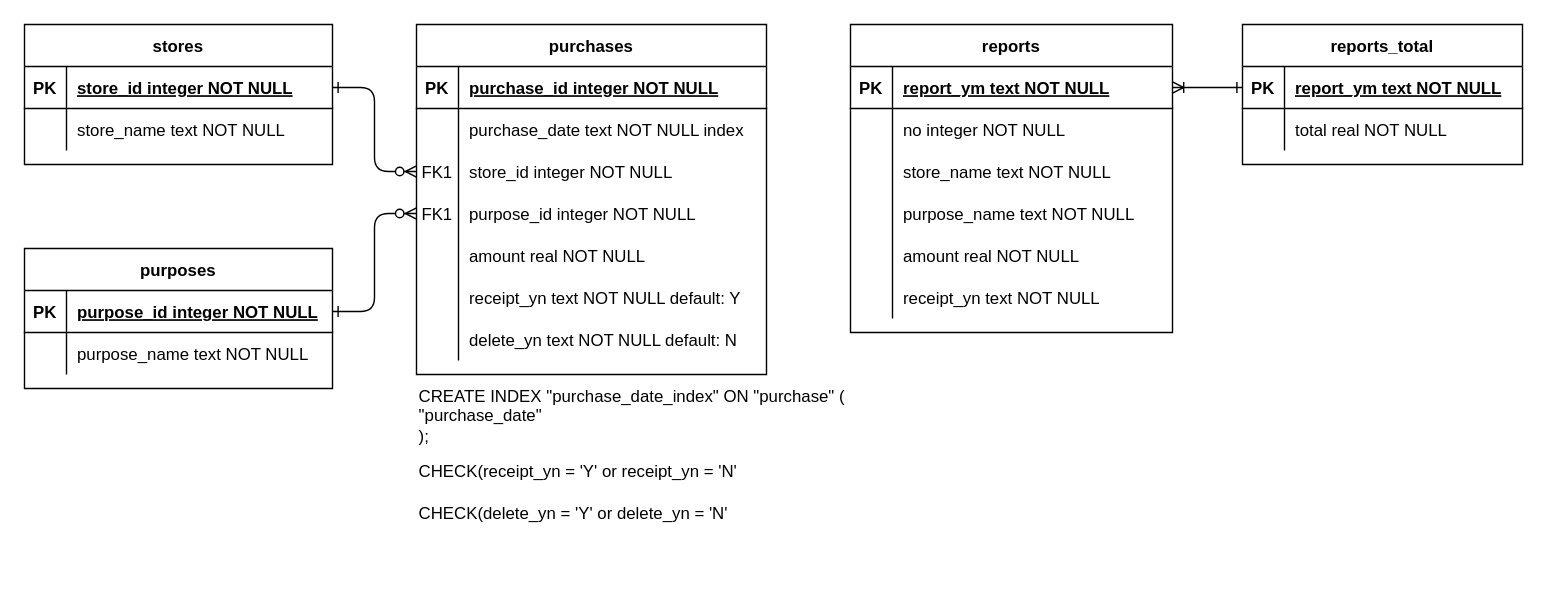
NeoLee-0435748/INFT4000 keeps this draw.io diagram as Portfolio Planning/INFT4000_Portfolio_ERD.drawio. Above is the earlier version. Source tidied: cells renumbered, new cells numbered last; positions are measured from the earlier drawing's top-left corner, leaving out a move shared by most shapes. Both pictures are drawn from the tidied source at 140%, with x=0, y=0 at pixel (24, 24).
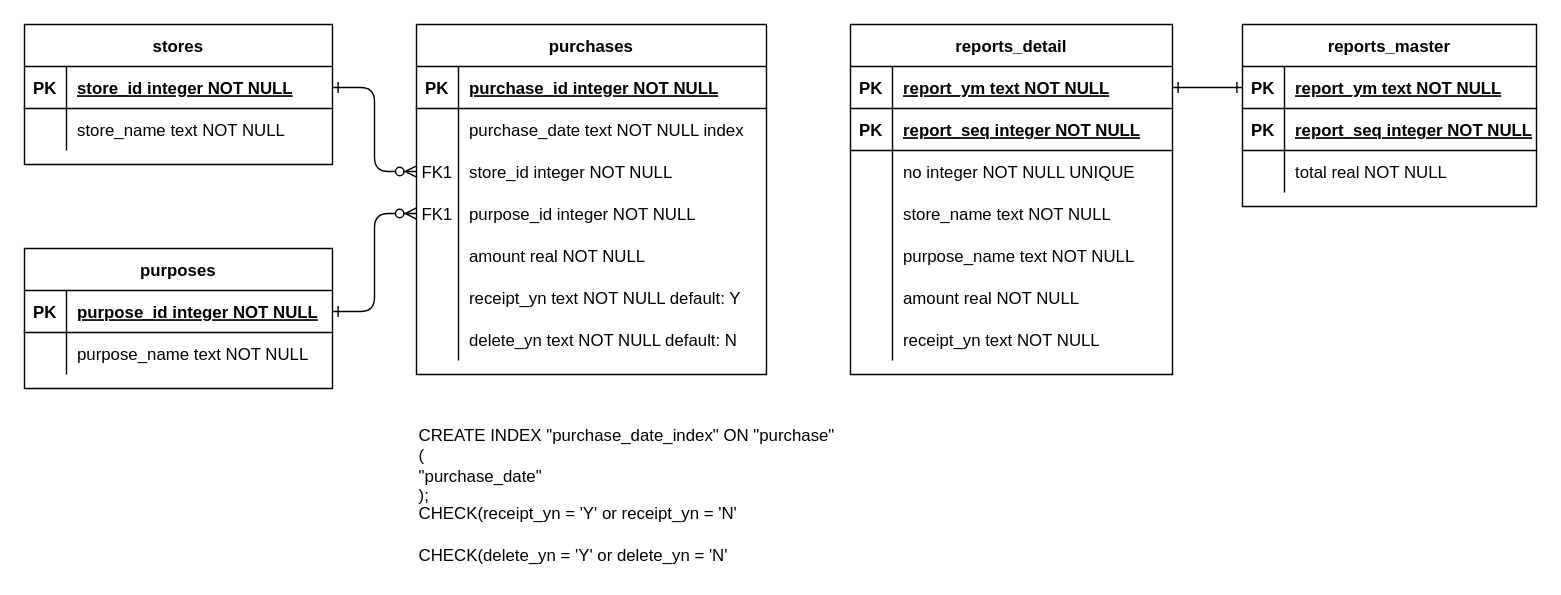
The same page after the edit.

Unchanged cells that the change refers to:
```xml
<mxCell id="44" style="shape=partialRectangle;fillColor=none;points=[[0,0.5],[1,0.5]];portConstraint=eastwest;top=0;left=0;right=0;bottom=1;" parent="43" vertex="1">
  <mxGeometry y="30" width="230" height="30" as="geometry" />
</mxCell>
```

What changed in the source:
```diff
@@
     <mxCell id="40" value="CHECK(receipt_yn = 'Y' or receipt_yn = 'N'" style="text;html=1;strokeColor=none;fillColor=none;align=left;verticalAlign=middle;whiteSpace=wrap;rounded=0;" parent="1" vertex="1">
-      <mxGeometry x="280" y="310" width="310" height="20" as="geometry" />
+      <mxGeometry x="280" y="340" width="310" height="20" as="geometry" />
     </mxCell>
     <mxCell id="41" value="&lt;div&gt;CREATE INDEX &quot;purchase_date_index&quot; ON &quot;purchase&quot; (&lt;/div&gt;&lt;div&gt;&lt;span&gt;&#9;&lt;/span&gt;&quot;purchase_date&quot;&lt;/div&gt;&lt;div&gt;);&lt;/div&gt;" style="text;html=1;strokeColor=none;fillColor=none;align=left;verticalAlign=middle;whiteSpace=wrap;rounded=0;" parent="1" vertex="1">
-      <mxGeometry x="280" y="270" width="360" height="20" as="geometry" />
+      <mxGeometry x="280" y="305" width="300" height="20" as="geometry" />
     </mxCell>
     <mxCell id="42" value="CHECK(delete_yn = 'Y' or delete_yn = 'N'" style="text;html=1;strokeColor=none;fillColor=none;align=left;verticalAlign=middle;whiteSpace=wrap;rounded=0;" parent="1" vertex="1">
-      <mxGeometry x="280" y="340" width="310" height="20" as="geometry" />
+      <mxGeometry x="280" y="370" width="310" height="20" as="geometry" />
     </mxCell>
-    <mxCell id="43" value="reports" style="shape=table;startSize=30;childLayout=tableLayout;rowLines=0;fontStyle=1;align=center;" parent="1" vertex="1">
-      <mxGeometry x="590" width="230" height="220" as="geometry" />
+    <mxCell id="43" value="reports_detail" style="shape=table;startSize=30;childLayout=tableLayout;rowLines=0;fontStyle=1;align=center;" parent="1" vertex="1">
+      <mxGeometry x="590" width="230" height="250" as="geometry" />
     </mxCell>
@@
-    <mxCell id="45" value="PK" style="shape=partialRectangle;overflow=hidden;fillColor=none;top=0;left=0;bottom=0;right=0;fontStyle=1;" parent="44" vertex="1">
-      <mxGeometry width="30" height="30" as="geometry" />
-    </mxCell>
+    <mxCell id="70" value="PK" style="shape=partialRectangle;overflow=hidden;fillColor=none;top=0;left=0;bottom=0;right=0;fontStyle=1;" parent="44" vertex="1">
+      <mxGeometry width="30" height="30" as="geometry" />
+    </mxCell>
@@
+    <mxCell id="71" style="shape=partialRectangle;fillColor=none;top=0;left=0;right=0;bottom=1;" parent="43" vertex="1">
+      <mxGeometry y="60" width="230" height="30" as="geometry" />
+    </mxCell>
+    <mxCell id="72" value="PK" style="shape=partialRectangle;overflow=hidden;fillColor=none;top=0;left=0;bottom=0;right=0;fontStyle=1;" parent="71" vertex="1">
+      <mxGeometry width="30" height="30" as="geometry" />
+    </mxCell>
+    <mxCell id="73" value="report_seq integer NOT NULL " style="shape=partialRectangle;overflow=hidden;fillColor=none;top=0;left=0;bottom=0;right=0;align=left;spacingLeft=6;fontStyle=5;" parent="71" vertex="1">
+      <mxGeometry x="30" width="200" height="30" as="geometry" />
+    </mxCell>
     <mxCell id="47" style="shape=partialRectangle;fillColor=none;top=0;left=0;right=0;bottom=0;" parent="43" vertex="1">
-      <mxGeometry y="60" width="230" height="30" as="geometry" />
+      <mxGeometry y="90" width="230" height="30" as="geometry" />
     </mxCell>
@@
-    <mxCell id="49" value="no integer NOT NULL" style="shape=partialRectangle;overflow=hidden;fillColor=none;top=0;left=0;bottom=0;right=0;align=left;spacingLeft=6;" parent="47" vertex="1">
+    <mxCell id="49" value="no integer NOT NULL UNIQUE" style="shape=partialRectangle;overflow=hidden;fillColor=none;top=0;left=0;bottom=0;right=0;align=left;spacingLeft=6;" parent="47" vertex="1">
       <mxGeometry x="30" width="200" height="30" as="geometry" />
     </mxCell>
     <mxCell id="50" style="shape=partialRectangle;fillColor=none;top=0;left=0;right=0;bottom=0;" parent="43" vertex="1">
-      <mxGeometry y="90" width="230" height="30" as="geometry" />
+      <mxGeometry y="120" width="230" height="30" as="geometry" />
     </mxCell>
@@
     <mxCell id="53" style="shape=partialRectangle;fillColor=none;top=0;left=0;right=0;bottom=0;" parent="43" vertex="1">
-      <mxGeometry y="120" width="230" height="30" as="geometry" />
+      <mxGeometry y="150" width="230" height="30" as="geometry" />
     </mxCell>
@@
     <mxCell id="56" style="shape=partialRectangle;fillColor=none;top=0;left=0;right=0;bottom=0;" parent="43" vertex="1">
-      <mxGeometry y="150" width="230" height="30" as="geometry" />
+      <mxGeometry y="180" width="230" height="30" as="geometry" />
     </mxCell>
@@
     <mxCell id="59" style="shape=partialRectangle;fillColor=none;top=0;left=0;right=0;bottom=0;" parent="43" vertex="1">
-      <mxGeometry y="180" width="230" height="30" as="geometry" />
+      <mxGeometry y="210" width="230" height="30" as="geometry" />
     </mxCell>
@@
-    <mxCell id="62" value="reports_total" style="shape=table;startSize=30;childLayout=tableLayout;rowLines=0;fontStyle=1;align=center;" parent="1" vertex="1">
-      <mxGeometry x="870" width="200" height="100" as="geometry" />
+    <mxCell id="62" value="reports_master" style="shape=table;startSize=30;childLayout=tableLayout;rowLines=0;fontStyle=1;align=center;" parent="1" vertex="1">
+      <mxGeometry x="870" width="210" height="130" as="geometry" />
     </mxCell>
     <mxCell id="63" style="shape=partialRectangle;fillColor=none;points=[[0,0.5],[1,0.5]];portConstraint=eastwest;top=0;left=0;right=0;bottom=1;" parent="62" vertex="1">
-      <mxGeometry y="30" width="200" height="30" as="geometry" />
+      <mxGeometry y="30" width="210" height="30" as="geometry" />
     </mxCell>
@@
     <mxCell id="65" value="report_ym text NOT NULL " style="shape=partialRectangle;overflow=hidden;fillColor=none;top=0;left=0;bottom=0;right=0;align=left;spacingLeft=6;fontStyle=5;" parent="63" vertex="1">
-      <mxGeometry x="30" width="170" height="30" as="geometry" />
+      <mxGeometry x="30" width="180" height="30" as="geometry" />
     </mxCell>
+    <mxCell id="74" style="shape=partialRectangle;fillColor=none;top=0;left=0;right=0;bottom=1;" parent="62" vertex="1">
+      <mxGeometry y="60" width="210" height="30" as="geometry" />
+    </mxCell>
+    <mxCell id="75" value="PK" style="shape=partialRectangle;overflow=hidden;fillColor=none;top=0;left=0;bottom=0;right=0;fontStyle=1;" parent="74" vertex="1">
+      <mxGeometry width="30" height="30" as="geometry" />
+    </mxCell>
+    <mxCell id="76" value="report_seq integer NOT NULL " style="shape=partialRectangle;overflow=hidden;fillColor=none;top=0;left=0;bottom=0;right=0;align=left;spacingLeft=6;fontStyle=5;" parent="74" vertex="1">
+      <mxGeometry x="30" width="180" height="30" as="geometry" />
+    </mxCell>
     <mxCell id="66" style="shape=partialRectangle;fillColor=none;top=0;left=0;right=0;bottom=0;" parent="62" vertex="1">
-      <mxGeometry y="60" width="200" height="30" as="geometry" />
+      <mxGeometry y="90" width="210" height="30" as="geometry" />
     </mxCell>
@@
     <mxCell id="68" value="total real NOT NULL" style="shape=partialRectangle;overflow=hidden;fillColor=none;top=0;left=0;bottom=0;right=0;align=left;spacingLeft=6;" parent="66" vertex="1">
-      <mxGeometry x="30" width="170" height="30" as="geometry" />
+      <mxGeometry x="30" width="180" height="30" as="geometry" />
     </mxCell>
-    <mxCell id="69" style="edgeStyle=entityRelationEdgeStyle;fontSize=12;html=1;endArrow=ERoneToMany;startArrow=ERone;entryX=1;entryY=0.5;entryDx=0;entryDy=0;exitX=0;exitY=0.5;exitDx=0;exitDy=0;startFill=0;" parent="1" edge="1" source="63" target="44">
+    <mxCell id="69" style="edgeStyle=entityRelationEdgeStyle;endArrow=ERone;startArrow=ERone;endFill=0;startFill=0;entryX=1;entryY=0.5;entryDx=0;entryDy=0;exitX=0;exitY=0.5;exitDx=0;exitDy=0;" parent="1" edge="1" source="63" target="44">
       <mxGeometry relative="1" as="geometry" />
     </mxCell>
```
